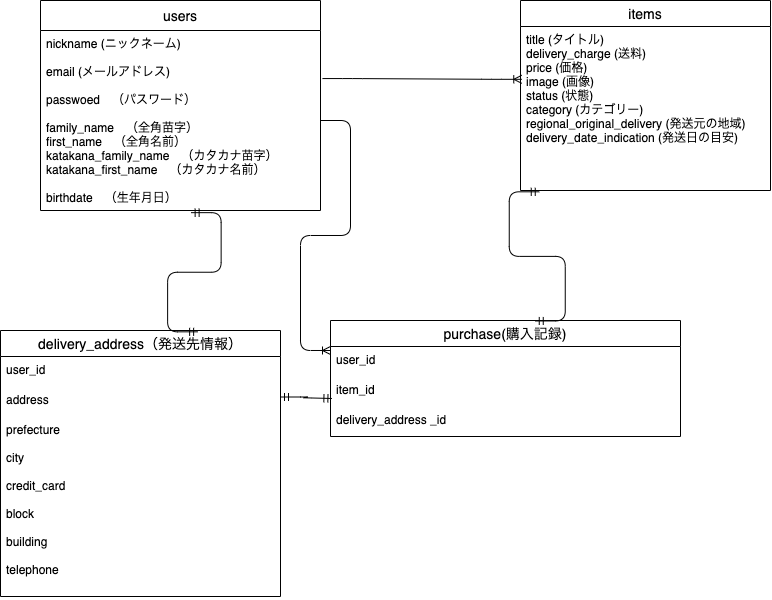
This is db/detabase.png from Drbeer-miyako/furima-35247, a draw.io export, as it was before one commit. Source tidied: cells renumbered, new cells last; positions are measured from the earlier drawing's top-left corner, leaving out a move shared by most shapes. Its diagram source:
```xml
<mxGraphModel>
  <root>
    <mxCell id="0" />
    <mxCell id="1" parent="0" />
    <mxCell id="2" value="users" style="swimlane;fontStyle=0;horizontal=1;startSize=30;align=center;fontSize=14;" parent="1" vertex="1">
      <mxGeometry x="40" width="280" height="210" as="geometry" />
    </mxCell>
    <mxCell id="3" value="nickname (ニックネーム)&#10;&#10;email (メールアドレス)&#10;&#10;passwoed　（パスワード）&#10;&#10;family_name　（全角苗字）&#10;first_name　（全角名前）&#10;katakana_family_name　（カタカナ苗字）&#10;katakana_first_name　（カタカナ名前）&#10;&#10;birthdate　（生年月日）&#10;&#10;" style="text;strokeColor=none;fillColor=none;spacingLeft=4;spacingRight=4;overflow=hidden;points=[[0,0.5],[1,0.5]];portConstraint=eastwest;fontSize=12;" parent="2" vertex="1">
      <mxGeometry y="30" width="280" height="180" as="geometry" />
    </mxCell>
    <mxCell id="4" value="items" style="swimlane;fontStyle=0;horizontal=1;startSize=26;align=center;fontSize=14;" parent="1" vertex="1">
      <mxGeometry x="520" width="250" height="190" as="geometry" />
    </mxCell>
    <mxCell id="5" value="title (タイトル)&#10;delivery_charge (送料)&#10;price (価格)&#10;image (画像)&#10;status (状態)&#10;category (カテゴリー)&#10;regional_original_delivery (発送元の地域)&#10;delivery_date_indication (発送日の目安)&#10;&#10;" style="text;strokeColor=none;fillColor=none;spacingLeft=4;spacingRight=4;overflow=hidden;points=[[0,0.5],[1,0.5]];portConstraint=eastwest;fontSize=12;strokeWidth=1;" parent="4" vertex="1">
      <mxGeometry y="26" width="250" height="164" as="geometry" />
    </mxCell>
    <mxCell id="6" value="purchase(購入記録)" style="swimlane;fontStyle=0;horizontal=1;startSize=26;align=center;fontSize=14;strokeWidth=1;" parent="1" vertex="1">
      <mxGeometry x="330" y="320" width="350" height="116" as="geometry" />
    </mxCell>
    <mxCell id="7" value="user_id" style="text;strokeColor=none;fillColor=none;spacingLeft=4;spacingRight=4;overflow=hidden;points=[[0,0.5],[1,0.5]];portConstraint=eastwest;fontSize=12;" parent="6" vertex="1">
      <mxGeometry y="26" width="350" height="30" as="geometry" />
    </mxCell>
    <mxCell id="8" value="item_id" style="text;strokeColor=none;fillColor=none;spacingLeft=4;spacingRight=4;overflow=hidden;points=[[0,0.5],[1,0.5]];portConstraint=eastwest;fontSize=12;" parent="6" vertex="1">
      <mxGeometry y="56" width="350" height="30" as="geometry" />
    </mxCell>
    <mxCell id="9" value="delivery_address _id" style="text;strokeColor=none;fillColor=none;spacingLeft=4;spacingRight=4;overflow=hidden;fontSize=12;" parent="6" vertex="1">
      <mxGeometry y="86" width="350" height="30" as="geometry" />
    </mxCell>
    <mxCell id="10" value="delivery_address（発送先情報）" style="swimlane;fontStyle=0;horizontal=1;startSize=26;align=center;fontSize=14;" parent="1" vertex="1">
      <mxGeometry y="330" width="280" height="266" as="geometry" />
    </mxCell>
    <mxCell id="11" value="user_id&#10;" style="text;strokeColor=none;fillColor=none;spacingLeft=4;spacingRight=4;overflow=hidden;fontSize=12;" parent="10" vertex="1">
      <mxGeometry y="26" width="280" height="30" as="geometry" />
    </mxCell>
    <mxCell id="12" value="address" style="text;strokeColor=none;fillColor=none;spacingLeft=4;spacingRight=4;overflow=hidden;fontSize=12;" parent="10" vertex="1">
      <mxGeometry y="56" width="280" height="30" as="geometry" />
    </mxCell>
    <mxCell id="13" value="prefecture&#10;&#10;city&#10;&#10;credit_card&#10;&#10;block&#10;&#10;building&#10;&#10;telephone" style="text;strokeColor=none;fillColor=none;spacingLeft=4;spacingRight=4;overflow=hidden;fontSize=12;" parent="10" vertex="1">
      <mxGeometry y="86" width="280" height="180" as="geometry" />
    </mxCell>
    <mxCell id="14" style="edgeStyle=entityRelationEdgeStyle;fontSize=12;html=1;endArrow=ERoneToMany;exitX=1.007;exitY=0.267;exitDx=0;exitDy=0;exitPerimeter=0;entryX=0.005;entryY=0.322;entryDx=0;entryDy=0;entryPerimeter=0;" parent="1" edge="1" source="3" target="5">
      <mxGeometry relative="1" as="geometry" />
    </mxCell>
    <mxCell id="15" style="edgeStyle=entityRelationEdgeStyle;fontSize=12;html=1;endArrow=ERmandOne;startArrow=ERmandOne;exitX=0.075;exitY=1.008;exitDx=0;exitDy=0;exitPerimeter=0;entryX=0.585;entryY=0.004;entryDx=0;entryDy=0;entryPerimeter=0;" parent="1" edge="1" source="5" target="6">
      <mxGeometry relative="1" as="geometry" />
    </mxCell>
    <mxCell id="16" style="edgeStyle=entityRelationEdgeStyle;fontSize=12;html=1;endArrow=ERmandOne;startArrow=ERmandOne;exitX=0.538;exitY=1.012;exitDx=0;exitDy=0;exitPerimeter=0;entryX=0.704;entryY=0.005;entryDx=0;entryDy=0;entryPerimeter=0;" parent="1" edge="1" source="3" target="10">
      <mxGeometry relative="1" as="geometry" />
    </mxCell>
    <mxCell id="17" style="edgeStyle=entityRelationEdgeStyle;fontSize=12;html=1;endArrow=ERoneToMany;exitX=1;exitY=0.5;exitDx=0;exitDy=0;entryX=0;entryY=0.133;entryDx=0;entryDy=0;entryPerimeter=0;" parent="1" edge="1" source="3" target="7">
      <mxGeometry relative="1" as="geometry" />
    </mxCell>
    <mxCell id="18" style="edgeStyle=entityRelationEdgeStyle;fontSize=12;html=1;endArrow=ERmandOne;startArrow=ERmandOne;exitX=1;exitY=0.25;exitDx=0;exitDy=0;entryX=0.004;entryY=0.733;entryDx=0;entryDy=0;entryPerimeter=0;" parent="1" edge="1" source="10" target="8">
      <mxGeometry relative="1" as="geometry" />
    </mxCell>
  </root>
</mxGraphModel>
```
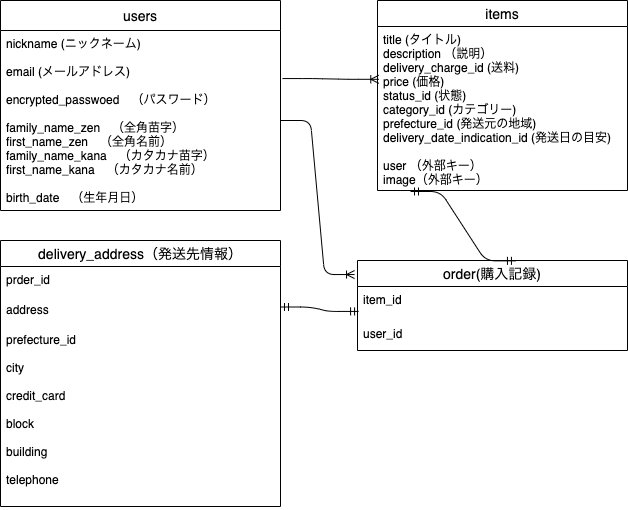
The same diagram one commit later.

The edit, as a diff of the source:
```diff
@@ -5,49 +5,45 @@
     <mxCell id="2" value="users" style="swimlane;fontStyle=0;horizontal=1;startSize=30;align=center;fontSize=14;" parent="1" vertex="1">
       <mxGeometry x="40" width="280" height="210" as="geometry" />
     </mxCell>
-    <mxCell id="3" value="nickname (ニックネーム)&#10;&#10;email (メールアドレス)&#10;&#10;passwoed　（パスワード）&#10;&#10;family_name　（全角苗字）&#10;first_name　（全角名前）&#10;katakana_family_name　（カタカナ苗字）&#10;katakana_first_name　（カタカナ名前）&#10;&#10;birthdate　（生年月日）&#10;&#10;" style="text;strokeColor=none;fillColor=none;spacingLeft=4;spacingRight=4;overflow=hidden;points=[[0,0.5],[1,0.5]];portConstraint=eastwest;fontSize=12;" parent="2" vertex="1">
+    <mxCell id="3" value="nickname (ニックネーム)&#10;&#10;email (メールアドレス)&#10;&#10;encrypted_passwoed　（パスワード）&#10;&#10;family_name_zen　（全角苗字）&#10;first_name_zen　（全角名前）&#10;family_name_kana　（カタカナ苗字）&#10;first_name_kana　（カタカナ名前）&#10;&#10;birth_date　（生年月日）&#10;&#10;" style="text;strokeColor=none;fillColor=none;spacingLeft=4;spacingRight=4;overflow=hidden;points=[[0,0.5],[1,0.5]];portConstraint=eastwest;fontSize=12;" parent="2" vertex="1">
       <mxGeometry y="30" width="280" height="180" as="geometry" />
     </mxCell>
     <mxCell id="4" value="items" style="swimlane;fontStyle=0;horizontal=1;startSize=26;align=center;fontSize=14;" parent="1" vertex="1">
-      <mxGeometry x="520" width="250" height="190" as="geometry" />
+      <mxGeometry x="417" width="250" height="190" as="geometry" />
     </mxCell>
-    <mxCell id="5" value="title (タイトル)&#10;delivery_charge (送料)&#10;price (価格)&#10;image (画像)&#10;status (状態)&#10;category (カテゴリー)&#10;regional_original_delivery (発送元の地域)&#10;delivery_date_indication (発送日の目安)&#10;&#10;" style="text;strokeColor=none;fillColor=none;spacingLeft=4;spacingRight=4;overflow=hidden;points=[[0,0.5],[1,0.5]];portConstraint=eastwest;fontSize=12;strokeWidth=1;" parent="4" vertex="1">
+    <mxCell id="5" value="title (タイトル)&#10;description （説明）&#10;delivery_charge_id (送料)&#10;price (価格)&#10;status_id (状態)&#10;category_id (カテゴリー)&#10;prefecture_id (発送元の地域)&#10;delivery_date_indication_id (発送日の目安)&#10;&#10;user （外部キー）&#10;image（外部キー）" style="text;strokeColor=none;fillColor=none;spacingLeft=4;spacingRight=4;overflow=hidden;points=[[0,0.5],[1,0.5]];portConstraint=eastwest;fontSize=12;strokeWidth=1;" parent="4" vertex="1">
       <mxGeometry y="26" width="250" height="164" as="geometry" />
     </mxCell>
-    <mxCell id="6" value="purchase(購入記録)" style="swimlane;fontStyle=0;horizontal=1;startSize=26;align=center;fontSize=14;strokeWidth=1;" parent="1" vertex="1">
-      <mxGeometry x="330" y="320" width="350" height="116" as="geometry" />
+    <mxCell id="6" value="order(購入記録)" style="swimlane;fontStyle=0;horizontal=1;startSize=26;align=center;fontSize=14;strokeWidth=1;" parent="1" vertex="1">
+      <mxGeometry x="397" y="260" width="270" height="90" as="geometry" />
     </mxCell>
+    <mxCell id="8" value="item_id" style="text;strokeColor=none;fillColor=none;spacingLeft=4;spacingRight=4;overflow=hidden;points=[[0,0.5],[1,0.5]];portConstraint=eastwest;fontSize=12;" parent="6" vertex="1">
+      <mxGeometry y="26" width="270" height="34" as="geometry" />
+    </mxCell>
     <mxCell id="7" value="user_id" style="text;strokeColor=none;fillColor=none;spacingLeft=4;spacingRight=4;overflow=hidden;points=[[0,0.5],[1,0.5]];portConstraint=eastwest;fontSize=12;" parent="6" vertex="1">
-      <mxGeometry y="26" width="350" height="30" as="geometry" />
+      <mxGeometry y="60" width="270" height="30" as="geometry" />
     </mxCell>
-    <mxCell id="8" value="item_id" style="text;strokeColor=none;fillColor=none;spacingLeft=4;spacingRight=4;overflow=hidden;points=[[0,0.5],[1,0.5]];portConstraint=eastwest;fontSize=12;" parent="6" vertex="1">
-      <mxGeometry y="56" width="350" height="30" as="geometry" />
-    </mxCell>
-    <mxCell id="9" value="delivery_address _id" style="text;strokeColor=none;fillColor=none;spacingLeft=4;spacingRight=4;overflow=hidden;fontSize=12;" parent="6" vertex="1">
-      <mxGeometry y="86" width="350" height="30" as="geometry" />
-    </mxCell>
     <mxCell id="10" value="delivery_address（発送先情報）" style="swimlane;fontStyle=0;horizontal=1;startSize=26;align=center;fontSize=14;" parent="1" vertex="1">
-      <mxGeometry y="330" width="280" height="266" as="geometry" />
+      <mxGeometry x="40" y="240" width="280" height="266" as="geometry" />
     </mxCell>
-    <mxCell id="11" value="user_id&#10;" style="text;strokeColor=none;fillColor=none;spacingLeft=4;spacingRight=4;overflow=hidden;fontSize=12;" parent="10" vertex="1">
+    <mxCell id="11" value="prder_id&#10;" style="text;strokeColor=none;fillColor=none;spacingLeft=4;spacingRight=4;overflow=hidden;fontSize=12;" parent="10" vertex="1">
       <mxGeometry y="26" width="280" height="30" as="geometry" />
     </mxCell>
     <mxCell id="12" value="address" style="text;strokeColor=none;fillColor=none;spacingLeft=4;spacingRight=4;overflow=hidden;fontSize=12;" parent="10" vertex="1">
       <mxGeometry y="56" width="280" height="30" as="geometry" />
     </mxCell>
-    <mxCell id="13" value="prefecture&#10;&#10;city&#10;&#10;credit_card&#10;&#10;block&#10;&#10;building&#10;&#10;telephone" style="text;strokeColor=none;fillColor=none;spacingLeft=4;spacingRight=4;overflow=hidden;fontSize=12;" parent="10" vertex="1">
+    <mxCell id="13" value="prefecture_id&#10;&#10;city&#10;&#10;credit_card&#10;&#10;block&#10;&#10;building&#10;&#10;telephone" style="text;strokeColor=none;fillColor=none;spacingLeft=4;spacingRight=4;overflow=hidden;fontSize=12;" parent="10" vertex="1">
       <mxGeometry y="86" width="280" height="180" as="geometry" />
     </mxCell>
     <mxCell id="14" style="edgeStyle=entityRelationEdgeStyle;fontSize=12;html=1;endArrow=ERoneToMany;exitX=1.007;exitY=0.267;exitDx=0;exitDy=0;exitPerimeter=0;entryX=0.005;entryY=0.322;entryDx=0;entryDy=0;entryPerimeter=0;" parent="1" edge="1" source="3" target="5">
       <mxGeometry relative="1" as="geometry" />
     </mxCell>
-    <mxCell id="15" style="edgeStyle=entityRelationEdgeStyle;fontSize=12;html=1;endArrow=ERmandOne;startArrow=ERmandOne;exitX=0.075;exitY=1.008;exitDx=0;exitDy=0;exitPerimeter=0;entryX=0.585;entryY=0.004;entryDx=0;entryDy=0;entryPerimeter=0;" parent="1" edge="1" source="5" target="6">
-      <mxGeometry relative="1" as="geometry" />
+    <mxCell id="15" style="edgeStyle=entityRelationEdgeStyle;fontSize=12;html=1;endArrow=ERmandOne;startArrow=ERmandOne;entryX=0.585;entryY=0.004;entryDx=0;entryDy=0;entryPerimeter=0;" parent="1" edge="1" target="6">
+      <mxGeometry relative="1" as="geometry">
+        <mxPoint x="450" y="191" as="sourcePoint" />
+      </mxGeometry>
     </mxCell>
-    <mxCell id="16" style="edgeStyle=entityRelationEdgeStyle;fontSize=12;html=1;endArrow=ERmandOne;startArrow=ERmandOne;exitX=0.538;exitY=1.012;exitDx=0;exitDy=0;exitPerimeter=0;entryX=0.704;entryY=0.005;entryDx=0;entryDy=0;entryPerimeter=0;" parent="1" edge="1" source="3" target="10">
-      <mxGeometry relative="1" as="geometry" />
-    </mxCell>
-    <mxCell id="17" style="edgeStyle=entityRelationEdgeStyle;fontSize=12;html=1;endArrow=ERoneToMany;exitX=1;exitY=0.5;exitDx=0;exitDy=0;entryX=0;entryY=0.133;entryDx=0;entryDy=0;entryPerimeter=0;" parent="1" edge="1" source="3" target="7">
+    <mxCell id="17" style="edgeStyle=entityRelationEdgeStyle;fontSize=12;html=1;endArrow=ERoneToMany;exitX=1;exitY=0.5;exitDx=0;exitDy=0;entryX=-0.011;entryY=0.156;entryDx=0;entryDy=0;entryPerimeter=0;" parent="1" edge="1" source="3" target="6">
       <mxGeometry relative="1" as="geometry" />
     </mxCell>
     <mxCell id="18" style="edgeStyle=entityRelationEdgeStyle;fontSize=12;html=1;endArrow=ERmandOne;startArrow=ERmandOne;exitX=1;exitY=0.25;exitDx=0;exitDy=0;entryX=0.004;entryY=0.733;entryDx=0;entryDy=0;entryPerimeter=0;" parent="1" edge="1" source="10" target="8">
```
